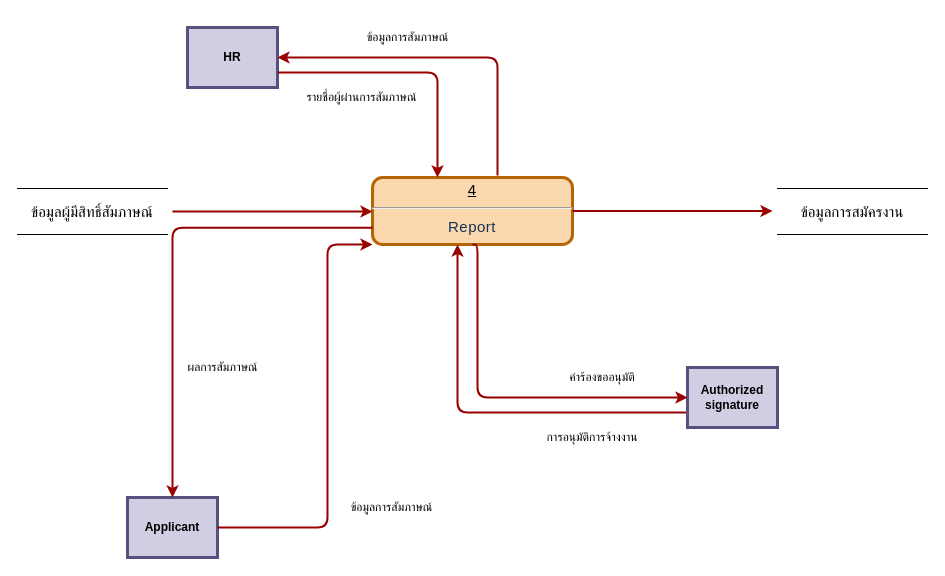
The draw.io diagram page "DFD Fragments (4)" (5 of 6) of Untitled Diagram.drawio in frongjaz/project-compro-831, before the edit. Source tidied: cells renumbered, new cells numbered last; positions are measured from the earlier drawing's top-left corner, leaving out a move shared by most shapes. Both pictures are drawn from the tidied source at 100%, with x=0, y=0 at pixel (-103, -129).
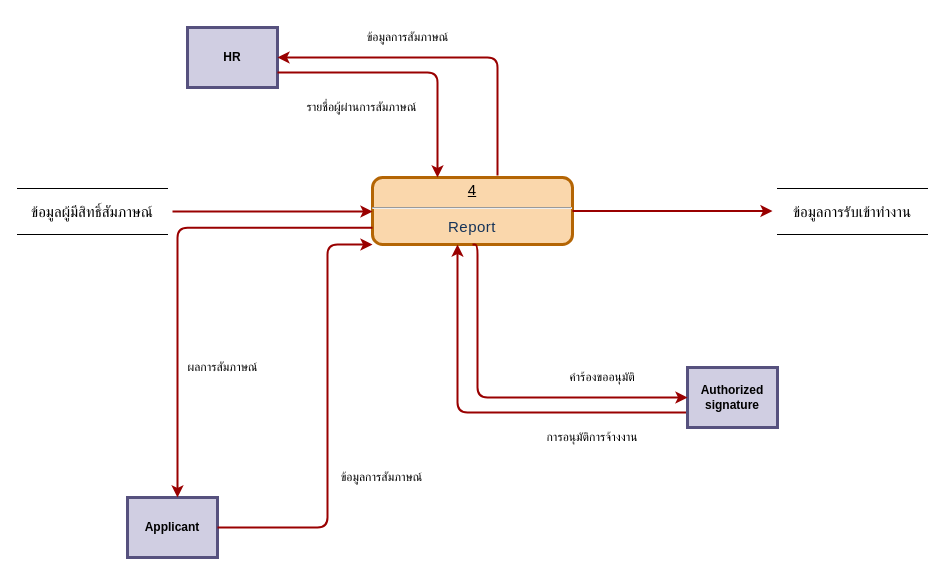
After the change.

Unchanged cells that the change refers to:
```xml
<mxCell id="2" value="&lt;p style=&quot;margin: 4px 0px 0px; text-align: center; text-decoration: underline; font-size: 15px;&quot;&gt;&lt;span style=&quot;font-weight: 400;&quot;&gt;4&lt;/span&gt;&lt;/p&gt;&lt;hr style=&quot;font-size: 15px;&quot;&gt;&lt;h2 style=&quot;background: transparent; border: 0px; margin: 0px 0px 20px; outline: 0px; padding: 0px; vertical-align: baseline; line-height: normal;&quot;&gt;&lt;font face=&quot;Arial, sans-serif&quot; color=&quot;#153359&quot;&gt;&lt;span style=&quot;font-size: 15px; font-weight: 400; letter-spacing: 0.5px;&quot;&gt;Report&lt;/span&gt;&lt;/font&gt;&lt;/h2&gt;" style="verticalAlign=middle;align=center;overflow=fill;fontSize=12;fontFamily=Helvetica;html=1;rounded=1;fontStyle=1;strokeWidth=3;fillColor=#fad7ac;strokeColor=#b46504;" parent="1" vertex="1">
  <mxGeometry x="475" y="306" width="200" height="67" as="geometry" />
</mxCell>
<mxCell id="17" value="Applicant" style="whiteSpace=wrap;align=center;verticalAlign=middle;fontStyle=1;strokeWidth=3;fillColor=#d0cee2;strokeColor=#56517e;" parent="1" vertex="1">
  <mxGeometry x="230" y="626" width="90" height="60" as="geometry" />
</mxCell>
```

What changed in the source:
```diff
@@
     <mxCell id="5" value="รายชื่อผู้ผ่านการสัมภาษณ์" style="text;html=1;strokeColor=none;fillColor=none;align=center;verticalAlign=middle;whiteSpace=wrap;rounded=0;fontFamily=Helvetica;fontSize=12;" parent="1" vertex="1">
-      <mxGeometry x="390" y="206" width="149" height="40" as="geometry" />
+      <mxGeometry x="390" y="216" width="149" height="40" as="geometry" />
     </mxCell>
@@
-    <mxCell id="10" value="ข้อมูลการสมัครงาน" style="shape=partialRectangle;whiteSpace=wrap;html=1;left=0;right=0;fillColor=none;fontFamily=Helvetica;fontSize=15;" parent="1" vertex="1">
+    <mxCell id="10" value="ข้อมูลการรับเข้าทำงาน" style="shape=partialRectangle;whiteSpace=wrap;html=1;left=0;right=0;fillColor=none;fontFamily=Helvetica;fontSize=15;" parent="1" vertex="1">
       <mxGeometry x="880" y="317" width="150" height="46" as="geometry" />
     </mxCell>
@@
     <mxCell id="19" value="ข้อมูลการสัมภาษณ์" style="text;html=1;strokeColor=none;fillColor=none;align=center;verticalAlign=middle;whiteSpace=wrap;rounded=0;fontFamily=Helvetica;fontSize=12;" parent="1" vertex="1">
-      <mxGeometry x="430" y="616" width="129" height="40" as="geometry" />
+      <mxGeometry x="420" y="586" width="129" height="40" as="geometry" />
     </mxCell>
-    <mxCell id="20" style="edgeStyle=elbowEdgeStyle;elbow=horizontal;strokeColor=#990000;strokeWidth=2;exitX=0;exitY=0.75;exitDx=0;exitDy=0;entryX=0.5;entryY=0;entryDx=0;entryDy=0;" parent="1" edge="1" source="2" target="17">
+    <mxCell id="20" style="edgeStyle=elbowEdgeStyle;elbow=horizontal;strokeColor=#990000;strokeWidth=2;exitX=0;exitY=0.75;exitDx=0;exitDy=0;entryX=0.556;entryY=0;entryDx=0;entryDy=0;entryPerimeter=0;" parent="1" edge="1" source="2" target="17">
       <mxGeometry relative="1" as="geometry">
         <Array as="points">
-          <mxPoint x="275" y="556" />
+          <mxPoint x="280" y="376" />
           <mxPoint x="155" y="566" />
           <mxPoint x="275" y="576" />
           <mxPoint x="95" y="596" />
           <mxPoint x="10" y="355" />
           <mxPoint x="20" y="415" />
           <mxPoint y="365" />
           <mxPoint x="20" y="435" />
         </Array>
       </mxGeometry>
     </mxCell>
```
